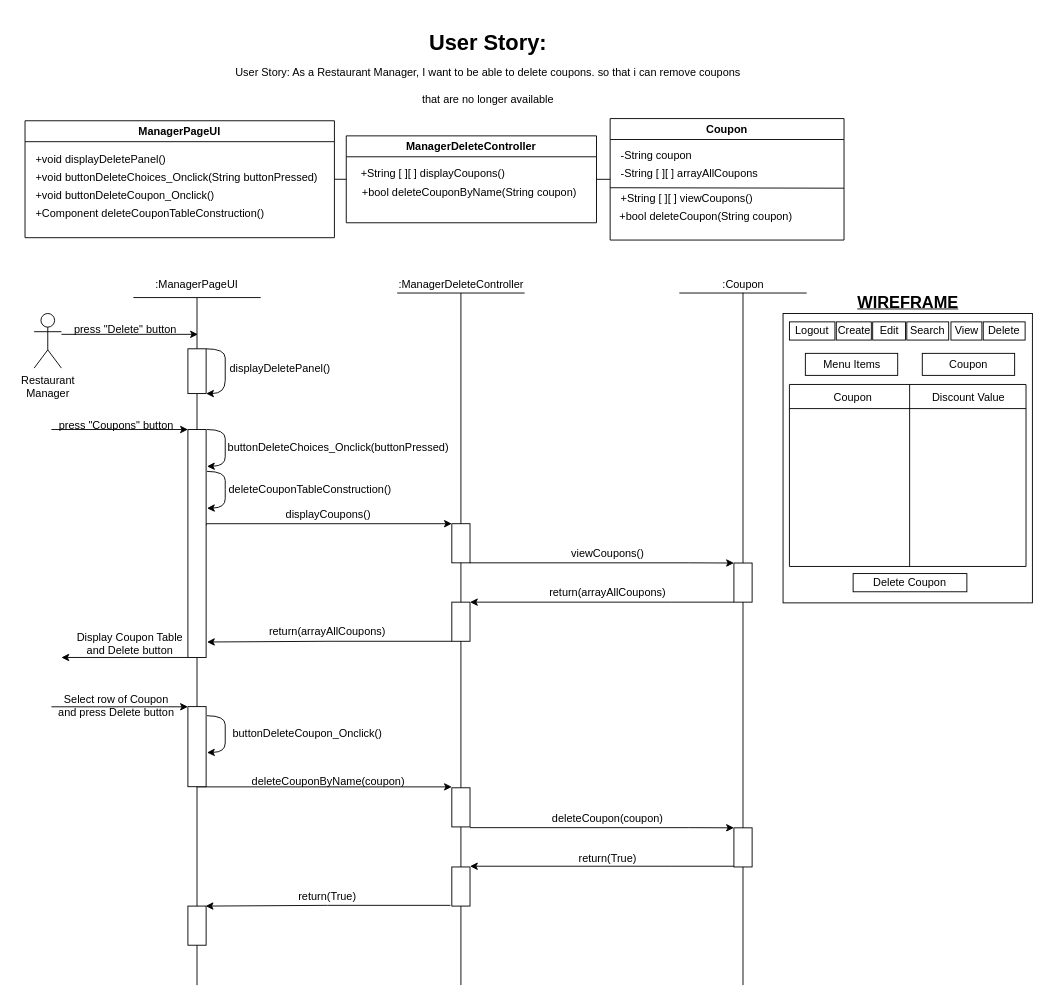
Above: BCE_UML_and_Diagrams/RestaurantManager (WIP)/RestaurantManager_DeleteCoupons(#423)/UserStory#423_DeleteCoupons.drawio in extred5700/JAVAGUI-Restaurant-Table-Order-System (draw.io), before the change. Source tidied: cells renumbered, new cells numbered last; positions are measured from the earlier drawing's top-left corner, leaving out a move shared by most shapes. Both pictures are drawn from the tidied source at 91%, with x=0, y=0 at pixel (25, 25).
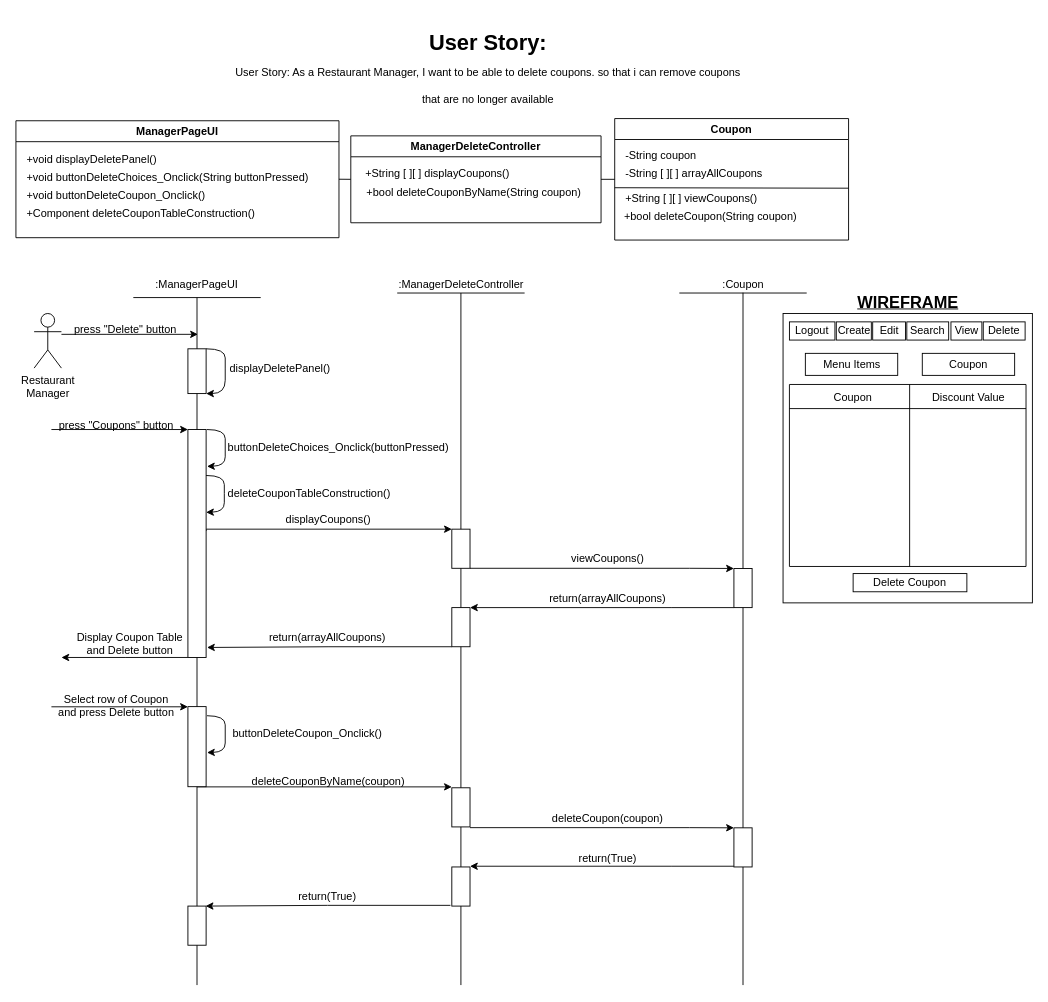
The same diagram, later.

The edit, as a diff of the source:
```diff
@@
     <mxCell id="2" value="Coupon" style="swimlane;" parent="1" vertex="1">
-      <mxGeometry x="643" y="102.8" width="257" height="133.5" as="geometry" />
+      <mxGeometry x="648" y="102.8" width="257" height="133.5" as="geometry" />
     </mxCell>
@@
     <mxCell id="9" value="ManagerPageUI" style="swimlane;" parent="1" vertex="1">
-      <mxGeometry y="105.2" width="340" height="128.5" as="geometry" />
+      <mxGeometry x="-10" y="105.2" width="355" height="128.5" as="geometry" />
     </mxCell>
@@
     <mxCell id="14" value="ManagerDeleteController" style="swimlane;startSize=23;" parent="1" vertex="1">
-      <mxGeometry x="353" y="121.8" width="275" height="95.5" as="geometry" />
+      <mxGeometry x="358" y="121.8" width="275" height="95.5" as="geometry" />
     </mxCell>
@@
     <mxCell id="43" style="edgeStyle=orthogonalEdgeStyle;rounded=0;jettySize=auto;html=1;exitX=1;exitY=0.25;exitDx=0;exitDy=0;entryX=0;entryY=0;entryDx=0;entryDy=0;" parent="1" edge="1" target="62">
       <mxGeometry relative="1" as="geometry">
-        <mxPoint x="199" y="550.1" as="sourcePoint" />
+        <mxPoint x="199" y="556.1" as="sourcePoint" />
         <Array as="points">
-          <mxPoint x="199" y="548" />
+          <mxPoint x="199" y="554" />
         </Array>
       </mxGeometry>
     </mxCell>
@@
     <mxCell id="61" style="edgeStyle=orthogonalEdgeStyle;rounded=0;jettySize=auto;html=1;exitX=1;exitY=1;exitDx=0;exitDy=0;entryX=0;entryY=0;entryDx=0;entryDy=0;" parent="1" edge="1" source="62" target="65">
       <mxGeometry relative="1" as="geometry">
         <Array as="points">
-          <mxPoint x="730" y="591" />
-          <mxPoint x="730" y="591" />
+          <mxPoint x="730" y="597" />
+          <mxPoint x="730" y="597" />
         </Array>
       </mxGeometry>
     </mxCell>
     <mxCell id="62" style="rounded=0;whiteSpace=wrap;html=1;" parent="1" vertex="1">
-      <mxGeometry x="469" y="548" width="20" height="43" as="geometry" />
+      <mxGeometry x="469" y="554" width="20" height="43" as="geometry" />
     </mxCell>
     <mxCell id="63" value="&lt;span style=&quot;text-align: left&quot;&gt;displayCoupons()&lt;/span&gt;" style="text;html=1;align=center;verticalAlign=middle;strokeColor=none;fillColor=none;" parent="1" vertex="1">
-      <mxGeometry x="278" y="528" width="110" height="20" as="geometry" />
+      <mxGeometry x="278" y="534" width="110" height="20" as="geometry" />
     </mxCell>
     <mxCell id="64" style="edgeStyle=orthogonalEdgeStyle;rounded=0;jettySize=auto;html=1;exitX=0;exitY=1;exitDx=0;exitDy=0;entryX=1;entryY=0;entryDx=0;entryDy=0;" parent="1" edge="1" source="65" target="68">
       <mxGeometry relative="1" as="geometry">
         <Array as="points">
-          <mxPoint x="710" y="634" />
-          <mxPoint x="710" y="634" />
+          <mxPoint x="710" y="640" />
+          <mxPoint x="710" y="640" />
         </Array>
       </mxGeometry>
     </mxCell>
     <mxCell id="65" style="rounded=0;whiteSpace=wrap;html=1;" parent="1" vertex="1">
-      <mxGeometry x="779" y="591.2" width="20" height="43" as="geometry" />
+      <mxGeometry x="779" y="597.2" width="20" height="43" as="geometry" />
     </mxCell>
     <mxCell id="66" value="&lt;span style=&quot;text-align: left&quot;&gt;viewCoupons()&lt;/span&gt;" style="text;html=1;align=center;verticalAlign=middle;strokeColor=none;fillColor=none;" parent="1" vertex="1">
-      <mxGeometry x="590" y="571" width="100" height="20" as="geometry" />
+      <mxGeometry x="590" y="577" width="100" height="20" as="geometry" />
     </mxCell>
     <mxCell id="67" style="edgeStyle=orthogonalEdgeStyle;rounded=0;jettySize=auto;html=1;exitX=0;exitY=1;exitDx=0;exitDy=0;" parent="1" edge="1" source="68">
       <mxGeometry relative="1" as="geometry">
-        <mxPoint x="200" y="678" as="targetPoint" />
+        <mxPoint x="200" y="684" as="targetPoint" />
         <Array as="points">
-          <mxPoint x="334" y="677" />
-          <mxPoint x="200" y="678" />
+          <mxPoint x="334" y="683" />
+          <mxPoint x="200" y="684" />
         </Array>
       </mxGeometry>
     </mxCell>
     <mxCell id="68" style="rounded=0;whiteSpace=wrap;html=1;" parent="1" vertex="1">
-      <mxGeometry x="469" y="634.2" width="20" height="43" as="geometry" />
+      <mxGeometry x="469" y="640.2" width="20" height="43" as="geometry" />
     </mxCell>
     <mxCell id="69" value="&lt;span style=&quot;text-align: left&quot;&gt;return(arrayAllCoupons)&lt;/span&gt;" style="text;html=1;align=center;verticalAlign=middle;strokeColor=none;fillColor=none;" parent="1" vertex="1">
-      <mxGeometry x="570" y="614.2" width="140" height="20" as="geometry" />
+      <mxGeometry x="570" y="620.2" width="140" height="20" as="geometry" />
     </mxCell>
@@
     <mxCell id="84" value="&lt;span style=&quot;text-align: left&quot;&gt;return(arrayAllCoupons)&lt;/span&gt;" style="text;html=1;align=center;verticalAlign=middle;strokeColor=none;fillColor=none;" parent="1" vertex="1">
-      <mxGeometry x="261.5" y="657.2" width="140" height="20" as="geometry" />
+      <mxGeometry x="261.5" y="663.2" width="140" height="20" as="geometry" />
     </mxCell>
     <mxCell id="85" style="curved=1;endArrow=classic;html=1;rounded=0;exitX=1;exitY=0;exitDx=0;exitDy=0;" parent="1" edge="1">
       <mxGeometry relative="1" as="geometry">
-        <mxPoint x="200" y="490.5" as="sourcePoint" />
-        <mxPoint x="200" y="531" as="targetPoint" />
+        <mxPoint x="199" y="495" as="sourcePoint" />
+        <mxPoint x="199" y="535.5" as="targetPoint" />
         <Array as="points">
-          <mxPoint x="220" y="490.5" />
-          <mxPoint x="220" y="510.5" />
-          <mxPoint x="220" y="530.5" />
+          <mxPoint x="219" y="495" />
+          <mxPoint x="219" y="515" />
+          <mxPoint x="219" y="535" />
         </Array>
       </mxGeometry>
     </mxCell>
-    <mxCell id="86" value="&lt;div style=&quot;text-align: left&quot;&gt;&lt;span&gt;deleteCouponTableConstruction()&lt;/span&gt;&lt;/div&gt;" style="text;html=1;align=center;verticalAlign=middle;strokeColor=none;fillColor=none;" parent="1" vertex="1">
-      <mxGeometry x="218" y="500.5" width="190" height="20" as="geometry" />
+    <mxCell id="86" value="&lt;div&gt;&lt;span&gt;deleteCouponTableConstruction(&lt;/span&gt;&lt;span&gt;)&lt;/span&gt;&lt;/div&gt;" style="text;html=1;align=center;verticalAlign=middle;strokeColor=none;fillColor=none;" parent="1" vertex="1">
+      <mxGeometry x="217" y="505" width="190" height="20" as="geometry" />
     </mxCell>
```
